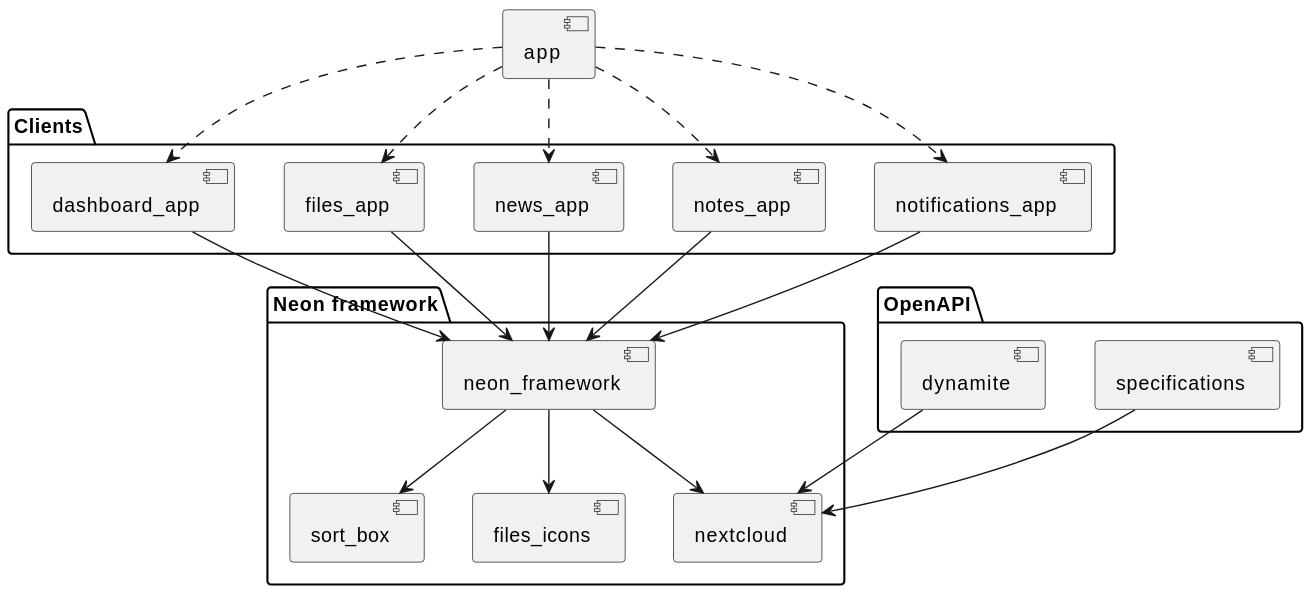
nextcloud/neon keeps this PlantUML diagram as docs/architecture.svg. Above is the earlier version.
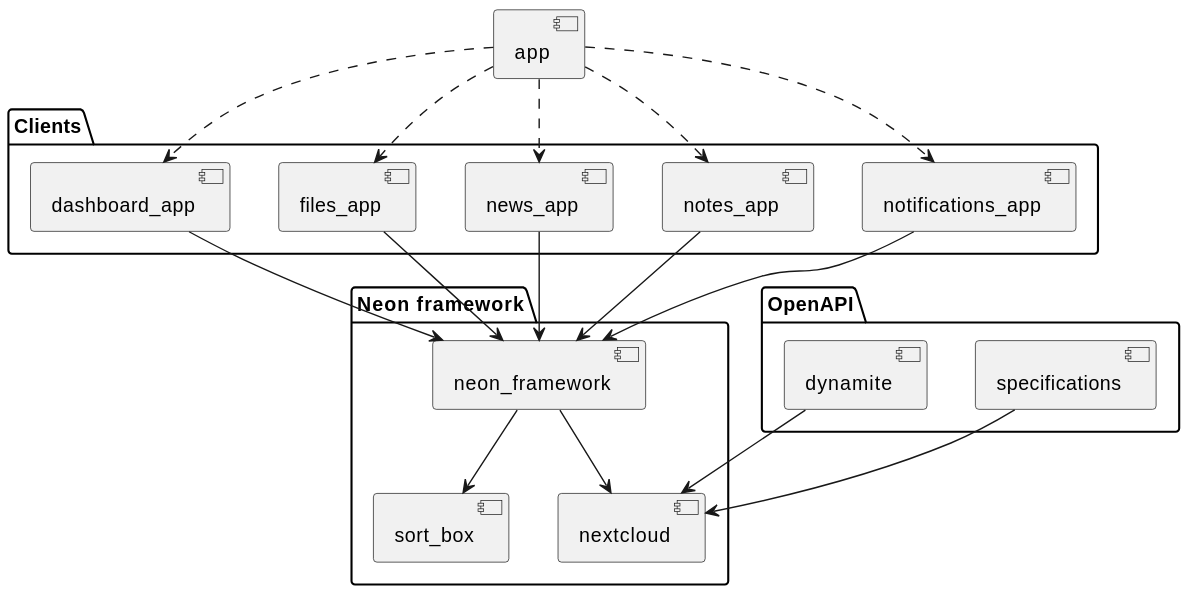
The same diagram one commit later.

What changed in the source:
```diff
@@ -3,7 +3,6 @@
     component neon_framework
     component nextcloud
     component sort_box
-    component files_icons
 }
 
 package "Clients" {
@@ -36,7 +35,6 @@
 
 neon_framework --> nextcloud
 neon_framework --> sort_box
-neon_framework --> files_icons
 
 dynamite --> nextcloud
 specifications --> nextcloud
```
